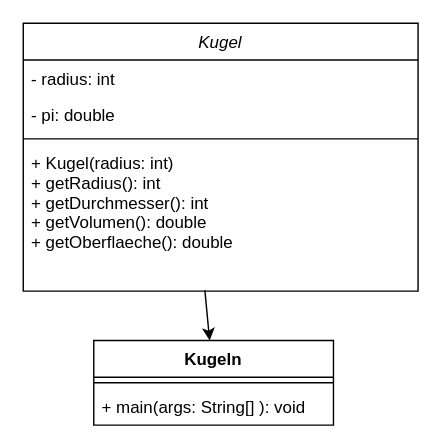
Earlier version of the draw.io diagram MUP01.drawio (Huansock/Korean_in_LHC). Source tidied: cells renumbered, new cells numbered last; positions are measured from the earlier drawing's top-left corner, leaving out a move shared by most shapes. Both pictures are drawn from the tidied source at 141%, with x=0, y=0 at pixel (23, 23).
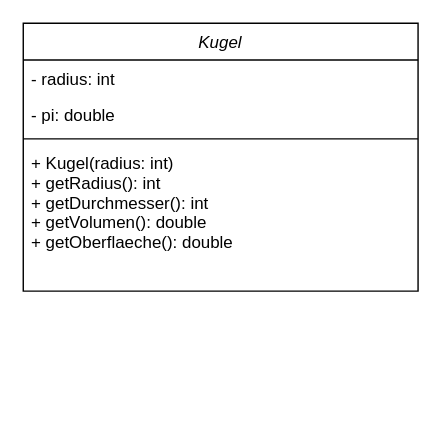
The same page after the edit.

Diff of the diagram source:
```diff
@@
 <mxGraphModel>
   <root>
     <mxCell id="0" />
     <mxCell id="1" parent="0" />
     <mxCell id="2" value="Kugel" style="swimlane;fontStyle=2;align=center;verticalAlign=top;horizontal=1;startSize=26;rounded=0;shadow=0;strokeWidth=1;" parent="1" vertex="1">
       <mxGeometry width="280" height="190" as="geometry" />
     </mxCell>
     <mxCell id="3" value="- radius: int" style="text;align=left;verticalAlign=top;spacingLeft=4;spacingRight=4;overflow=hidden;" parent="2" vertex="1">
       <mxGeometry y="26" width="280" height="26" as="geometry" />
     </mxCell>
     <mxCell id="4" value="- pi: double" style="text;align=left;verticalAlign=top;spacingLeft=4;spacingRight=4;overflow=hidden;rounded=0;shadow=0;html=0;" parent="2" vertex="1">
       <mxGeometry y="52" width="280" height="26" as="geometry" />
     </mxCell>
     <mxCell id="5" style="line;html=1;strokeWidth=1;align=left;verticalAlign=middle;spacingTop=-1;spacingLeft=3;spacingRight=3;labelPosition=right;" parent="2" vertex="1">
       <mxGeometry y="78" width="280" height="8" as="geometry" />
     </mxCell>
     <mxCell id="6" value="+ Kugel(radius: int)&#10;+ getRadius(): int&#10;+ getDurchmesser(): int&#10;+ getVolumen(): double&#10;+ getOberflaeche(): double&#10; &#10;" style="text;align=left;verticalAlign=top;spacingLeft=4;spacingRight=4;overflow=hidden;points=[[0,0.5],[1,0.5]];portConstraint=eastwest;" parent="2" vertex="1">
       <mxGeometry y="86" width="280" height="104" as="geometry" />
     </mxCell>
-    <mxCell id="7" style="endArrow=classic;html=1;rounded=0;exitX=0.46;exitY=0.993;exitDx=0;exitDy=0;exitPerimeter=0;" parent="1" edge="1" source="6" target="8">
-      <mxGeometry relative="1" as="geometry" />
-    </mxCell>
-    <mxCell id="8" value="Kugeln" style="swimlane;fontStyle=1;align=center;verticalAlign=top;horizontal=1;startSize=26;" parent="1" vertex="1">
-      <mxGeometry x="50" y="225" width="170" height="60" as="geometry" />
-    </mxCell>
-    <mxCell id="9" style="line;strokeWidth=1;fillColor=none;align=left;verticalAlign=middle;spacingTop=-1;spacingLeft=3;spacingRight=3;labelPosition=right;strokeColor=inherit;" parent="8" vertex="1">
-      <mxGeometry y="26" width="170" height="8" as="geometry" />
-    </mxCell>
-    <mxCell id="10" value="+ main(args: String[] ): void" style="text;strokeColor=none;fillColor=none;align=left;verticalAlign=top;spacingLeft=4;spacingRight=4;overflow=hidden;" parent="8" vertex="1">
-      <mxGeometry y="34" width="170" height="26" as="geometry" />
-    </mxCell>
   </root>
 </mxGraphModel>
```
